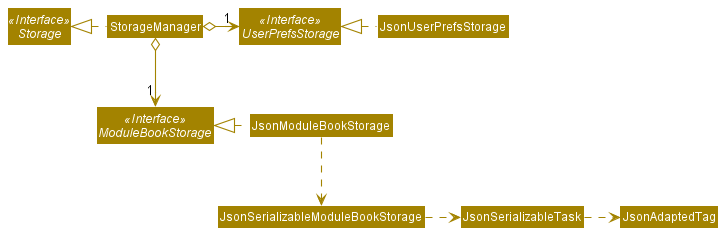
nus-cs2103-AY2021S2/tp keeps this PlantUML diagram as docs/images/StorageClassDiagram.png. Above is the earlier version.
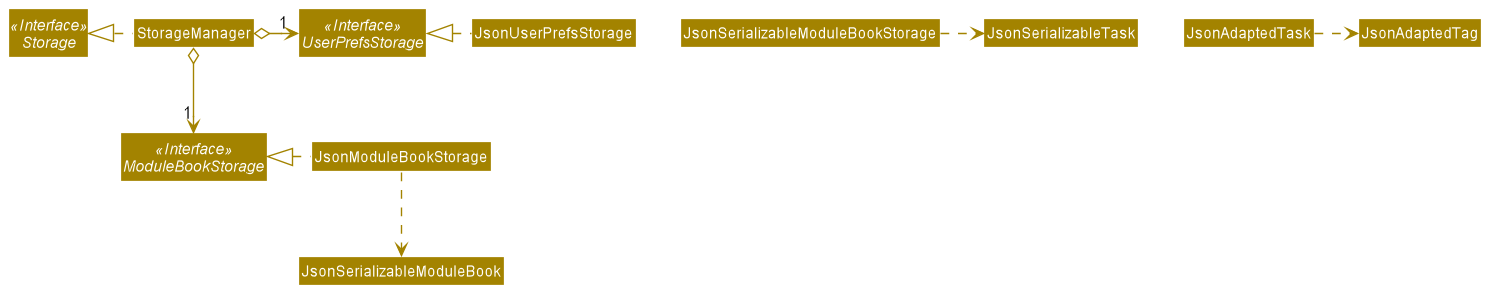
After the change.

Change to the diagram source:
```diff
@@ -18,7 +18,7 @@
 
 JsonUserPrefsStorage .left.|> UserPrefsStorage
 JsonModuleBookStorage .left.|> ModuleBookStorage
-JsonModuleBookStorage .down.> JsonSerializableModuleBookStorage
+JsonModuleBookStorage .down.> JsonSerializableModuleBook
 JsonSerializableModuleBookStorage .right.> JsonSerializableTask
-JsonSerializableTask .right.> JsonAdaptedTag
+JsonAdaptedTask .right.> JsonAdaptedTag
 @enduml
```
